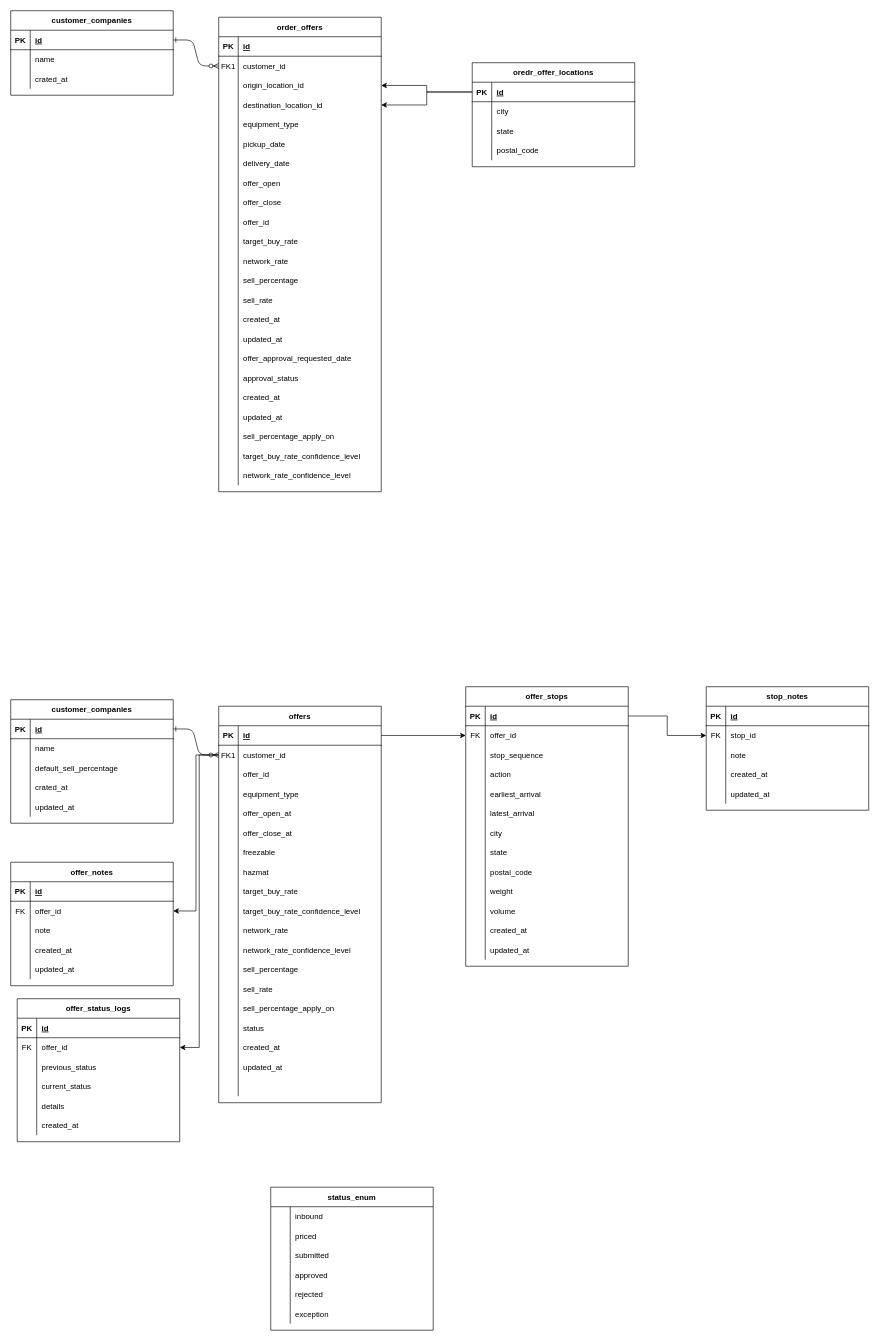
venkat0x1/ER-Diagrams keeps this draw.io diagram as office-imi-pgt-homedepot.drawio. Above is the earlier version. Source tidied: cells renumbered, new cells numbered last; positions are measured from the earlier drawing's top-left corner, leaving out a move shared by most shapes. Both pictures are drawn from the tidied source at 65%, with x=0, y=0 at pixel (10, 10).
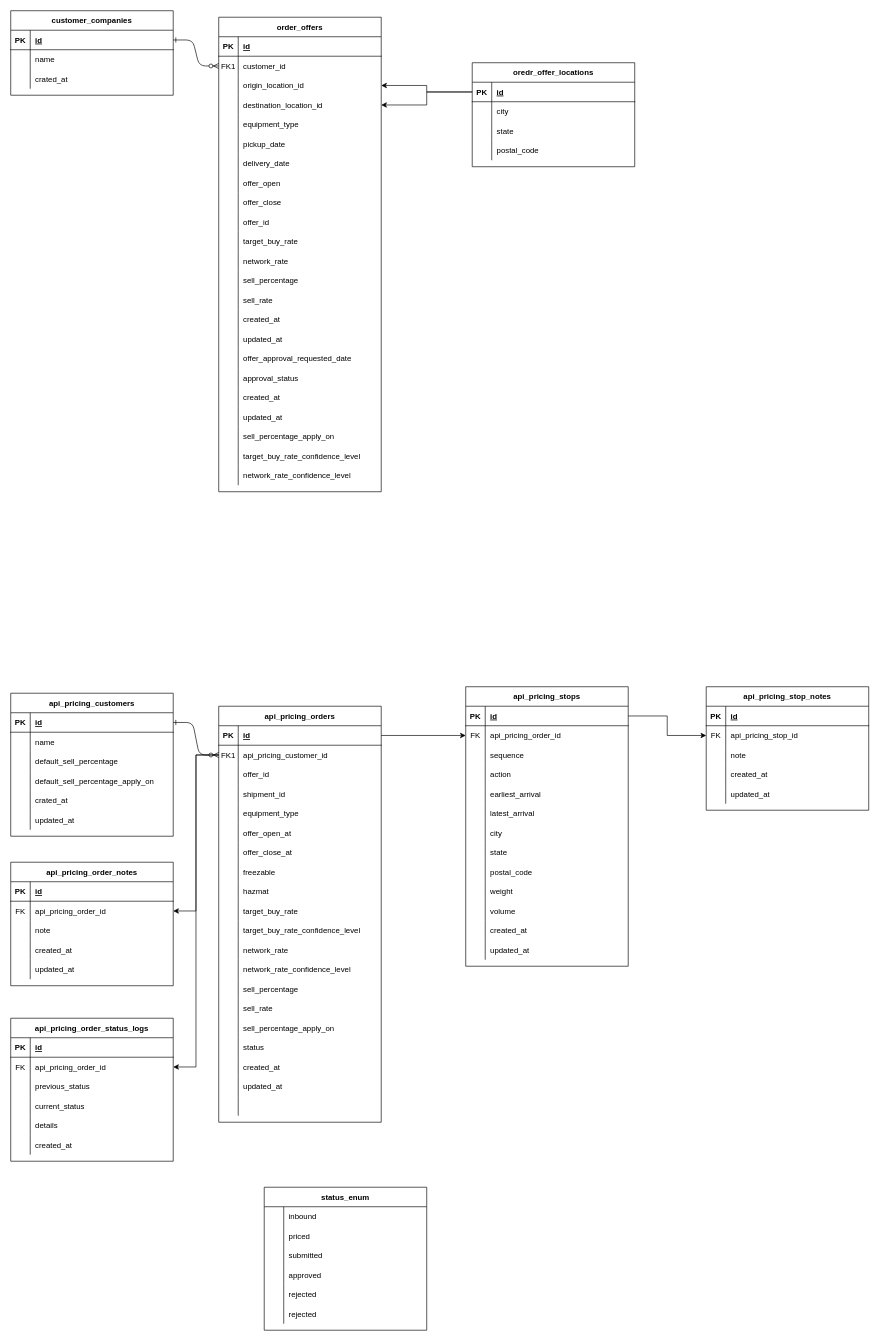
After the change.

Unchanged cells that the change refers to:
```xml
<mxCell id="103" style="shape=partialRectangle;fillColor=none;points=[[0,0.5],[1,0.5]];portConstraint=eastwest;top=0;left=0;right=0;bottom=0;" parent="99" vertex="1">
  <mxGeometry y="60" width="250" height="30" as="geometry" />
</mxCell>
<mxCell id="177" style="shape=partialRectangle;fillColor=none;points=[[0,0.5],[1,0.5]];portConstraint=eastwest;top=0;left=0;right=0;bottom=0;" parent="173" vertex="1">
  <mxGeometry y="60" width="250" height="30" as="geometry" />
</mxCell>
<mxCell id="180" style="shape=partialRectangle;fillColor=none;top=0;left=0;right=0;bottom=0;" parent="173" vertex="1">
  <mxGeometry y="90" width="250" height="30" as="geometry" />
</mxCell>
<mxCell id="218" style="shape=partialRectangle;fillColor=none;points=[[0,0.5],[1,0.5]];portConstraint=eastwest;top=0;left=0;right=0;bottom=0;" parent="214" vertex="1">
  <mxGeometry y="60" width="250" height="30" as="geometry" />
</mxCell>
<mxCell id="235" style="shape=partialRectangle;fillColor=none;points=[[0,0.5],[1,0.5]];portConstraint=eastwest;top=0;left=0;right=0;bottom=0;" parent="231" vertex="1">
  <mxGeometry y="60" width="250" height="30" as="geometry" />
</mxCell>
<mxCell id="252" style="shape=partialRectangle;fillColor=none;points=[[0,0.5],[1,0.5]];portConstraint=eastwest;top=0;left=0;right=0;bottom=0;" parent="248" vertex="1">
  <mxGeometry y="60" width="250" height="30" as="geometry" />
</mxCell>
<mxCell id="284" style="shape=partialRectangle;fillColor=none;top=0;left=0;right=0;bottom=0;" parent="268" vertex="1">
  <mxGeometry y="180" width="250" height="30" as="geometry" />
</mxCell>
```

Diff of the diagram source:
```diff
@@
-    <mxCell id="99" value="offers" style="shape=table;startSize=30;childLayout=tableLayout;rowLines=0;fontStyle=1;align=center;" parent="1" vertex="1">
-      <mxGeometry x="320" y="1070" width="250" height="610" as="geometry" />
+    <mxCell id="99" value="api_pricing_orders" style="shape=table;startSize=30;childLayout=tableLayout;rowLines=0;fontStyle=1;align=center;" parent="1" vertex="1">
+      <mxGeometry x="320" y="1070" width="250" height="640" as="geometry" />
     </mxCell>
@@
-    <mxCell id="105" value="customer_id" style="shape=partialRectangle;overflow=hidden;fillColor=none;top=0;left=0;bottom=0;right=0;align=left;spacingLeft=6;" parent="103" vertex="1">
+    <mxCell id="105" value="api_pricing_customer_id" style="shape=partialRectangle;overflow=hidden;fillColor=none;top=0;left=0;bottom=0;right=0;align=left;spacingLeft=6;" parent="103" vertex="1">
       <mxGeometry x="30" width="220" height="30" as="geometry" />
     </mxCell>
@@
+    <mxCell id="287" style="shape=partialRectangle;fillColor=none;top=0;left=0;right=0;bottom=0;" parent="99" vertex="1">
+      <mxGeometry y="120" width="250" height="30" as="geometry" />
+    </mxCell>
+    <mxCell id="288" style="shape=partialRectangle;overflow=hidden;fillColor=none;top=0;left=0;bottom=0;right=0;" parent="287" vertex="1">
+      <mxGeometry width="30" height="30" as="geometry" />
+    </mxCell>
+    <mxCell id="289" value="shipment_id" style="shape=partialRectangle;overflow=hidden;fillColor=none;top=0;left=0;bottom=0;right=0;align=left;spacingLeft=6;" parent="287" vertex="1">
+      <mxGeometry x="30" width="220" height="30" as="geometry" />
+    </mxCell>
     <mxCell id="109" style="shape=partialRectangle;fillColor=none;top=0;left=0;right=0;bottom=0;" parent="99" vertex="1">
-      <mxGeometry y="120" width="250" height="30" as="geometry" />
+      <mxGeometry y="150" width="250" height="30" as="geometry" />
     </mxCell>
@@
     <mxCell id="112" style="shape=partialRectangle;fillColor=none;top=0;left=0;right=0;bottom=0;" parent="99" vertex="1">
-      <mxGeometry y="150" width="250" height="30" as="geometry" />
+      <mxGeometry y="180" width="250" height="30" as="geometry" />
     </mxCell>
@@
     <mxCell id="115" style="shape=partialRectangle;fillColor=none;top=0;left=0;right=0;bottom=0;" parent="99" vertex="1">
-      <mxGeometry y="180" width="250" height="30" as="geometry" />
+      <mxGeometry y="210" width="250" height="30" as="geometry" />
     </mxCell>
@@
     <mxCell id="118" style="shape=partialRectangle;fillColor=none;top=0;left=0;right=0;bottom=0;" parent="99" vertex="1">
-      <mxGeometry y="210" width="250" height="30" as="geometry" />
+      <mxGeometry y="240" width="250" height="30" as="geometry" />
     </mxCell>
@@
     <mxCell id="121" style="shape=partialRectangle;fillColor=none;top=0;left=0;right=0;bottom=0;" parent="99" vertex="1">
-      <mxGeometry y="240" width="250" height="30" as="geometry" />
+      <mxGeometry y="270" width="250" height="30" as="geometry" />
     </mxCell>
@@
     <mxCell id="124" style="shape=partialRectangle;fillColor=none;top=0;left=0;right=0;bottom=0;" parent="99" vertex="1">
-      <mxGeometry y="270" width="250" height="30" as="geometry" />
+      <mxGeometry y="300" width="250" height="30" as="geometry" />
     </mxCell>
@@
     <mxCell id="127" style="shape=partialRectangle;fillColor=none;top=0;left=0;right=0;bottom=0;" parent="99" vertex="1">
-      <mxGeometry y="300" width="250" height="30" as="geometry" />
+      <mxGeometry y="330" width="250" height="30" as="geometry" />
     </mxCell>
@@
     <mxCell id="130" style="shape=partialRectangle;fillColor=none;top=0;left=0;right=0;bottom=0;" parent="99" vertex="1">
-      <mxGeometry y="330" width="250" height="30" as="geometry" />
+      <mxGeometry y="360" width="250" height="30" as="geometry" />
     </mxCell>
@@
     <mxCell id="133" style="shape=partialRectangle;fillColor=none;top=0;left=0;right=0;bottom=0;" parent="99" vertex="1">
-      <mxGeometry y="360" width="250" height="30" as="geometry" />
+      <mxGeometry y="390" width="250" height="30" as="geometry" />
     </mxCell>
@@
     <mxCell id="136" style="shape=partialRectangle;fillColor=none;top=0;left=0;right=0;bottom=0;" parent="99" vertex="1">
-      <mxGeometry y="390" width="250" height="30" as="geometry" />
+      <mxGeometry y="420" width="250" height="30" as="geometry" />
     </mxCell>
@@
     <mxCell id="139" style="shape=partialRectangle;fillColor=none;top=0;left=0;right=0;bottom=0;" parent="99" vertex="1">
-      <mxGeometry y="420" width="250" height="30" as="geometry" />
+      <mxGeometry y="450" width="250" height="30" as="geometry" />
     </mxCell>
@@
     <mxCell id="142" style="shape=partialRectangle;fillColor=none;top=0;left=0;right=0;bottom=0;" parent="99" vertex="1">
-      <mxGeometry y="450" width="250" height="30" as="geometry" />
+      <mxGeometry y="480" width="250" height="30" as="geometry" />
     </mxCell>
@@
     <mxCell id="145" style="shape=partialRectangle;fillColor=none;top=0;left=0;right=0;bottom=0;" parent="99" vertex="1">
-      <mxGeometry y="480" width="250" height="30" as="geometry" />
+      <mxGeometry y="510" width="250" height="30" as="geometry" />
     </mxCell>
@@
     <mxCell id="148" style="shape=partialRectangle;fillColor=none;top=0;left=0;right=0;bottom=0;" parent="99" vertex="1">
-      <mxGeometry y="510" width="250" height="30" as="geometry" />
+      <mxGeometry y="540" width="250" height="30" as="geometry" />
     </mxCell>
@@
     <mxCell id="151" style="shape=partialRectangle;fillColor=none;top=0;left=0;right=0;bottom=0;" parent="99" vertex="1">
-      <mxGeometry y="540" width="250" height="30" as="geometry" />
+      <mxGeometry y="570" width="250" height="30" as="geometry" />
     </mxCell>
@@
     <mxCell id="154" style="shape=partialRectangle;fillColor=none;top=0;left=0;right=0;bottom=0;" parent="99" vertex="1">
-      <mxGeometry y="570" width="250" height="30" as="geometry" />
+      <mxGeometry y="600" width="250" height="30" as="geometry" />
     </mxCell>
@@
-    <mxCell id="157" value="customer_companies" style="shape=table;startSize=30;childLayout=tableLayout;rowLines=0;fontStyle=1;align=center;" parent="1" vertex="1">
-      <mxGeometry y="1060" width="250" height="190" as="geometry" />
+    <mxCell id="157" value="api_pricing_customers" style="shape=table;startSize=30;childLayout=tableLayout;rowLines=0;fontStyle=1;align=center;" parent="1" vertex="1">
+      <mxGeometry y="1050" width="250" height="220" as="geometry" />
     </mxCell>
@@
+    <mxCell id="290" style="shape=partialRectangle;fillColor=none;top=0;left=0;right=0;bottom=0;" parent="157" vertex="1">
+      <mxGeometry y="90" width="250" height="30" as="geometry" />
+    </mxCell>
+    <mxCell id="291" style="shape=partialRectangle;overflow=hidden;fillColor=none;top=0;left=0;bottom=0;right=0;" parent="290" vertex="1">
+      <mxGeometry width="30" height="30" as="geometry" />
+    </mxCell>
+    <mxCell id="292" value="default_sell_percentage" style="shape=partialRectangle;overflow=hidden;fillColor=none;top=0;left=0;bottom=0;right=0;align=left;spacingLeft=6;" parent="290" vertex="1">
+      <mxGeometry x="30" width="220" height="30" as="geometry" />
+    </mxCell>
     <mxCell id="164" style="shape=partialRectangle;fillColor=none;top=0;left=0;right=0;bottom=0;" parent="157" vertex="1">
-      <mxGeometry y="90" width="250" height="30" as="geometry" />
+      <mxGeometry y="120" width="250" height="30" as="geometry" />
     </mxCell>
@@
-    <mxCell id="166" value="default_sell_percentage" style="shape=partialRectangle;overflow=hidden;fillColor=none;top=0;left=0;bottom=0;right=0;align=left;spacingLeft=6;" parent="164" vertex="1">
+    <mxCell id="166" value="default_sell_percentage_apply_on" style="shape=partialRectangle;overflow=hidden;fillColor=none;top=0;left=0;bottom=0;right=0;align=left;spacingLeft=6;" parent="164" vertex="1">
       <mxGeometry x="30" width="220" height="30" as="geometry" />
     </mxCell>
     <mxCell id="167" style="shape=partialRectangle;fillColor=none;top=0;left=0;right=0;bottom=0;" parent="157" vertex="1">
-      <mxGeometry y="120" width="250" height="30" as="geometry" />
+      <mxGeometry y="150" width="250" height="30" as="geometry" />
     </mxCell>
@@
     <mxCell id="170" style="shape=partialRectangle;fillColor=none;top=0;left=0;right=0;bottom=0;" parent="157" vertex="1">
-      <mxGeometry y="150" width="250" height="30" as="geometry" />
+      <mxGeometry y="180" width="250" height="30" as="geometry" />
     </mxCell>
@@
-    <mxCell id="173" value="offer_stops" style="shape=table;startSize=30;childLayout=tableLayout;rowLines=0;fontStyle=1;align=center;" parent="1" vertex="1">
+    <mxCell id="173" value="api_pricing_stops" style="shape=table;startSize=30;childLayout=tableLayout;rowLines=0;fontStyle=1;align=center;" parent="1" vertex="1">
       <mxGeometry x="700" y="1040" width="250" height="430" as="geometry" />
     </mxCell>
@@
-    <mxCell id="179" value="offer_id" style="shape=partialRectangle;overflow=hidden;fillColor=none;top=0;left=0;bottom=0;right=0;align=left;spacingLeft=6;" parent="177" vertex="1">
+    <mxCell id="179" value="api_pricing_order_id" style="shape=partialRectangle;overflow=hidden;fillColor=none;top=0;left=0;bottom=0;right=0;align=left;spacingLeft=6;" parent="177" vertex="1">
       <mxGeometry x="30" width="220" height="30" as="geometry" />
     </mxCell>
@@
-    <mxCell id="182" value="stop_sequence" style="shape=partialRectangle;overflow=hidden;fillColor=none;top=0;left=0;bottom=0;right=0;align=left;spacingLeft=6;" parent="180" vertex="1">
+    <mxCell id="182" value="sequence" style="shape=partialRectangle;overflow=hidden;fillColor=none;top=0;left=0;bottom=0;right=0;align=left;spacingLeft=6;" parent="180" vertex="1">
       <mxGeometry x="30" width="220" height="30" as="geometry" />
     </mxCell>
@@
-    <mxCell id="214" value="stop_notes" style="shape=table;startSize=30;childLayout=tableLayout;rowLines=0;fontStyle=1;align=center;" parent="1" vertex="1">
+    <mxCell id="214" value="api_pricing_stop_notes" style="shape=table;startSize=30;childLayout=tableLayout;rowLines=0;fontStyle=1;align=center;" parent="1" vertex="1">
       <mxGeometry x="1070" y="1040" width="250" height="190" as="geometry" />
     </mxCell>
@@
-    <mxCell id="220" value="stop_id" style="shape=partialRectangle;overflow=hidden;fillColor=none;top=0;left=0;bottom=0;right=0;align=left;spacingLeft=6;" parent="218" vertex="1">
+    <mxCell id="220" value="api_pricing_stop_id" style="shape=partialRectangle;overflow=hidden;fillColor=none;top=0;left=0;bottom=0;right=0;align=left;spacingLeft=6;" parent="218" vertex="1">
       <mxGeometry x="30" width="220" height="30" as="geometry" />
     </mxCell>
@@
-    <mxCell id="231" value="offer_notes" style="shape=table;startSize=30;childLayout=tableLayout;rowLines=0;fontStyle=1;align=center;" parent="1" vertex="1">
+    <mxCell id="231" value="api_pricing_order_notes" style="shape=table;startSize=30;childLayout=tableLayout;rowLines=0;fontStyle=1;align=center;" parent="1" vertex="1">
       <mxGeometry y="1310" width="250" height="190" as="geometry" />
     </mxCell>
@@
-    <mxCell id="237" value="offer_id" style="shape=partialRectangle;overflow=hidden;fillColor=none;top=0;left=0;bottom=0;right=0;align=left;spacingLeft=6;" parent="235" vertex="1">
+    <mxCell id="237" value="api_pricing_order_id" style="shape=partialRectangle;overflow=hidden;fillColor=none;top=0;left=0;bottom=0;right=0;align=left;spacingLeft=6;" parent="235" vertex="1">
       <mxGeometry x="30" width="220" height="30" as="geometry" />
     </mxCell>
@@
-    <mxCell id="248" value="offer_status_logs" style="shape=table;startSize=30;childLayout=tableLayout;rowLines=0;fontStyle=1;align=center;" parent="1" vertex="1">
-      <mxGeometry x="10" y="1520" width="250" height="220" as="geometry" />
+    <mxCell id="248" value="api_pricing_order_status_logs" style="shape=table;startSize=30;childLayout=tableLayout;rowLines=0;fontStyle=1;align=center;" parent="1" vertex="1">
+      <mxGeometry y="1550" width="250" height="220" as="geometry" />
     </mxCell>
@@
-    <mxCell id="254" value="offer_id" style="shape=partialRectangle;overflow=hidden;fillColor=none;top=0;left=0;bottom=0;right=0;align=left;spacingLeft=6;" parent="252" vertex="1">
+    <mxCell id="254" value="api_pricing_order_id" style="shape=partialRectangle;overflow=hidden;fillColor=none;top=0;left=0;bottom=0;right=0;align=left;spacingLeft=6;" parent="252" vertex="1">
       <mxGeometry x="30" width="220" height="30" as="geometry" />
     </mxCell>
@@
     <mxCell id="268" value="status_enum" style="shape=table;startSize=30;childLayout=tableLayout;rowLines=0;fontStyle=1;align=center;" parent="1" vertex="1">
-      <mxGeometry x="400" y="1810" width="250" height="220" as="geometry" />
+      <mxGeometry x="390" y="1810" width="250" height="220" as="geometry" />
     </mxCell>
@@
-    <mxCell id="286" value="exception" style="shape=partialRectangle;overflow=hidden;fillColor=none;top=0;left=0;bottom=0;right=0;align=left;spacingLeft=6;" parent="284" vertex="1">
+    <mxCell id="286" value="rejected" style="shape=partialRectangle;overflow=hidden;fillColor=none;top=0;left=0;bottom=0;right=0;align=left;spacingLeft=6;" parent="284" vertex="1">
       <mxGeometry x="30" width="220" height="30" as="geometry" />
     </mxCell>
```
